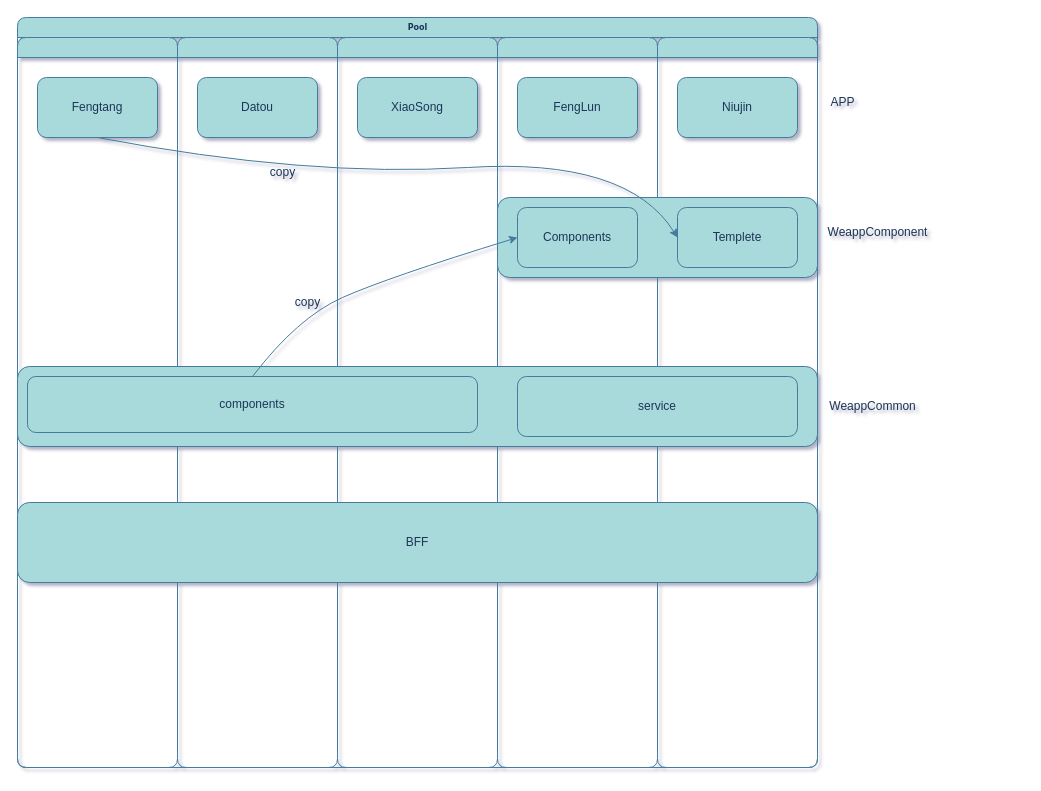
Before: 未命名绘图.drawio in imnot2/imnot2.github.io, a draw.io diagram. Source tidied: cells renumbered, new cells numbered last; positions are measured from the earlier drawing's top-left corner, leaving out a move shared by most shapes. Both pictures are drawn from the tidied source at 100%, with x=0, y=0 at pixel (17, 17).
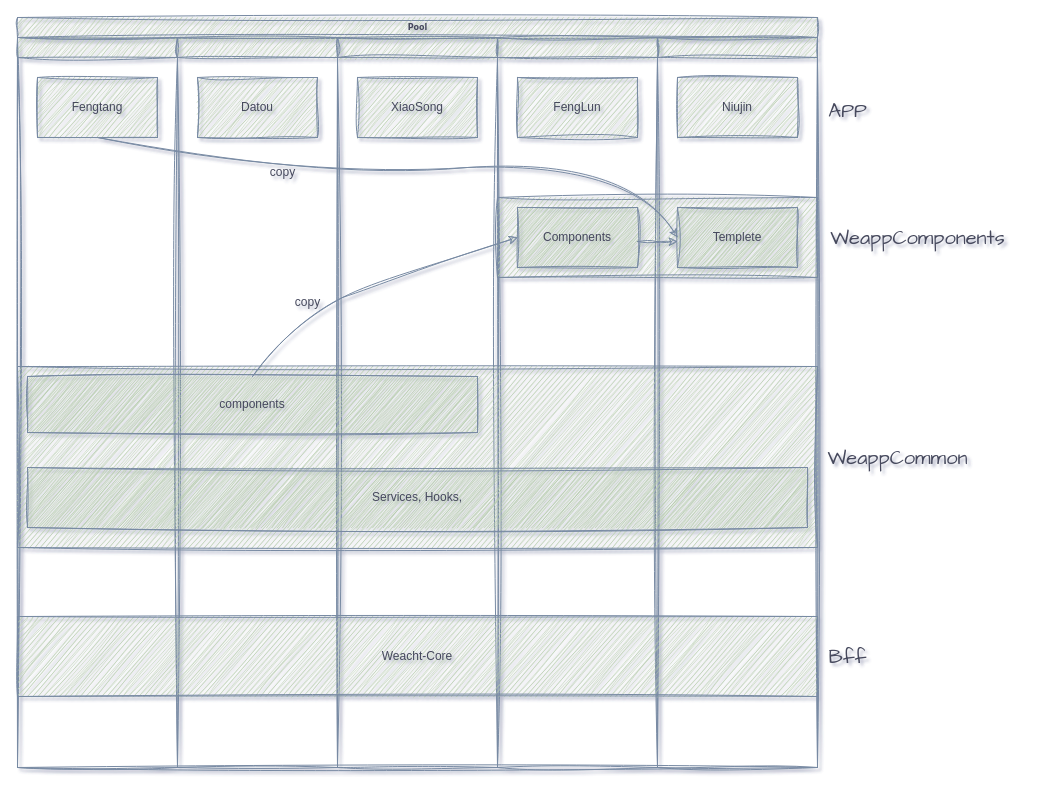
The same diagram, later.

Change to the diagram source:
```diff
@@
-    <mxCell id="2" value="Pool" style="swimlane;html=1;startSize=20;rounded=1;shadow=0;labelBackgroundColor=none;strokeWidth=1;fontFamily=Verdana;fontSize=8;align=center;fillColor=#A8DADC;strokeColor=#457B9D;fontColor=#1D3557;" parent="1" vertex="1">
+    <mxCell id="2" value="Pool" style="swimlane;html=1;startSize=20;rounded=0;shadow=0;labelBackgroundColor=none;strokeWidth=1;fontFamily=Verdana;fontSize=8;align=center;fillColor=#B2C9AB;strokeColor=#788AA3;fontColor=#46495D;sketch=1;curveFitting=1;jiggle=2;" parent="1" vertex="1">
       <mxGeometry width="800" height="750" as="geometry" />
     </mxCell>
-    <mxCell id="3" style="swimlane;html=1;startSize=20;rounded=1;labelBackgroundColor=none;fillColor=#A8DADC;strokeColor=#457B9D;fontColor=#1D3557;" parent="2" vertex="1">
+    <mxCell id="3" style="swimlane;html=1;startSize=20;rounded=0;labelBackgroundColor=none;fillColor=#B2C9AB;strokeColor=#788AA3;fontColor=#46495D;sketch=1;curveFitting=1;jiggle=2;" parent="2" vertex="1">
       <mxGeometry y="20" width="160" height="730" as="geometry" />
     </mxCell>
-    <mxCell id="4" value="Fengtang" style="rounded=1;whiteSpace=wrap;html=1;labelBackgroundColor=none;fillColor=#A8DADC;strokeColor=#457B9D;fontColor=#1D3557;" parent="3" vertex="1">
+    <mxCell id="4" value="Fengtang" style="rounded=0;whiteSpace=wrap;html=1;labelBackgroundColor=none;fillColor=#B2C9AB;strokeColor=#788AA3;fontColor=#46495D;sketch=1;curveFitting=1;jiggle=2;" parent="3" vertex="1">
       <mxGeometry x="20" y="40" width="120" height="60" as="geometry" />
     </mxCell>
-    <mxCell id="5" style="swimlane;html=1;startSize=20;rounded=1;labelBackgroundColor=none;fillColor=#A8DADC;strokeColor=#457B9D;fontColor=#1D3557;" parent="2" vertex="1">
+    <mxCell id="5" style="swimlane;html=1;startSize=20;rounded=0;labelBackgroundColor=none;fillColor=#B2C9AB;strokeColor=#788AA3;fontColor=#46495D;sketch=1;curveFitting=1;jiggle=2;" parent="2" vertex="1">
       <mxGeometry x="160" y="20" width="160" height="730" as="geometry" />
     </mxCell>
-    <mxCell id="6" value="Datou" style="rounded=1;whiteSpace=wrap;html=1;labelBackgroundColor=none;fillColor=#A8DADC;strokeColor=#457B9D;fontColor=#1D3557;" parent="5" vertex="1">
+    <mxCell id="6" value="Datou" style="rounded=0;whiteSpace=wrap;html=1;labelBackgroundColor=none;fillColor=#B2C9AB;strokeColor=#788AA3;fontColor=#46495D;sketch=1;curveFitting=1;jiggle=2;" parent="5" vertex="1">
       <mxGeometry x="20" y="40" width="120" height="60" as="geometry" />
     </mxCell>
-    <mxCell id="7" value="copy" style="text;html=1;align=center;verticalAlign=middle;strokeColor=none;fillColor=none;rounded=1;labelBackgroundColor=none;fontColor=#1D3557;" parent="5" vertex="1">
+    <mxCell id="7" value="copy" style="text;html=1;align=center;verticalAlign=middle;strokeColor=none;fillColor=none;rounded=0;labelBackgroundColor=none;fontColor=#46495D;sketch=1;curveFitting=1;jiggle=2;" parent="5" vertex="1">
       <mxGeometry x="105" y="250" width="50" height="30" as="geometry" />
     </mxCell>
-    <mxCell id="8" value="copy" style="text;html=1;align=center;verticalAlign=middle;strokeColor=none;fillColor=none;rounded=1;labelBackgroundColor=none;fontColor=#1D3557;" parent="5" vertex="1">
+    <mxCell id="8" value="copy" style="text;html=1;align=center;verticalAlign=middle;strokeColor=none;fillColor=none;rounded=0;labelBackgroundColor=none;fontColor=#46495D;sketch=1;curveFitting=1;jiggle=2;" parent="5" vertex="1">
       <mxGeometry x="80" y="120" width="50" height="30" as="geometry" />
     </mxCell>
-    <mxCell id="9" style="swimlane;html=1;startSize=20;rounded=1;labelBackgroundColor=none;fillColor=#A8DADC;strokeColor=#457B9D;fontColor=#1D3557;" parent="2" vertex="1">
+    <mxCell id="9" style="swimlane;html=1;startSize=20;rounded=0;labelBackgroundColor=none;fillColor=#B2C9AB;strokeColor=#788AA3;fontColor=#46495D;sketch=1;curveFitting=1;jiggle=2;" parent="2" vertex="1">
       <mxGeometry x="320" y="20" width="160" height="730" as="geometry" />
     </mxCell>
-    <mxCell id="10" value="XiaoSong" style="rounded=1;whiteSpace=wrap;html=1;labelBackgroundColor=none;fillColor=#A8DADC;strokeColor=#457B9D;fontColor=#1D3557;" parent="9" vertex="1">
+    <mxCell id="10" value="XiaoSong" style="rounded=0;whiteSpace=wrap;html=1;labelBackgroundColor=none;fillColor=#B2C9AB;strokeColor=#788AA3;fontColor=#46495D;sketch=1;curveFitting=1;jiggle=2;" parent="9" vertex="1">
       <mxGeometry x="20" y="40" width="120" height="60" as="geometry" />
     </mxCell>
-    <mxCell id="11" style="swimlane;html=1;startSize=20;rounded=1;labelBackgroundColor=none;fillColor=#A8DADC;strokeColor=#457B9D;fontColor=#1D3557;" parent="2" vertex="1">
+    <mxCell id="11" style="swimlane;html=1;startSize=20;rounded=0;labelBackgroundColor=none;fillColor=#B2C9AB;strokeColor=#788AA3;fontColor=#46495D;sketch=1;curveFitting=1;jiggle=2;" parent="2" vertex="1">
       <mxGeometry x="480" y="20" width="160" height="730" as="geometry" />
     </mxCell>
-    <mxCell id="12" value="FengLun" style="rounded=1;whiteSpace=wrap;html=1;labelBackgroundColor=none;fillColor=#A8DADC;strokeColor=#457B9D;fontColor=#1D3557;" parent="11" vertex="1">
+    <mxCell id="12" value="FengLun" style="rounded=0;whiteSpace=wrap;html=1;labelBackgroundColor=none;fillColor=#B2C9AB;strokeColor=#788AA3;fontColor=#46495D;sketch=1;curveFitting=1;jiggle=2;" parent="11" vertex="1">
       <mxGeometry x="20" y="40" width="120" height="60" as="geometry" />
     </mxCell>
-    <mxCell id="13" style="swimlane;html=1;startSize=20;rounded=1;labelBackgroundColor=none;fillColor=#A8DADC;strokeColor=#457B9D;fontColor=#1D3557;" parent="2" vertex="1">
+    <mxCell id="13" style="swimlane;html=1;startSize=20;rounded=0;labelBackgroundColor=none;fillColor=#B2C9AB;strokeColor=#788AA3;fontColor=#46495D;sketch=1;curveFitting=1;jiggle=2;" parent="2" vertex="1">
       <mxGeometry x="640" y="20" width="160" height="730" as="geometry" />
     </mxCell>
-    <mxCell id="14" value="Niujin" style="rounded=1;whiteSpace=wrap;html=1;labelBackgroundColor=none;fillColor=#A8DADC;strokeColor=#457B9D;fontColor=#1D3557;" parent="13" vertex="1">
+    <mxCell id="14" value="Niujin" style="rounded=0;whiteSpace=wrap;html=1;labelBackgroundColor=none;fillColor=#B2C9AB;strokeColor=#788AA3;fontColor=#46495D;sketch=1;curveFitting=1;jiggle=2;" parent="13" vertex="1">
       <mxGeometry x="20" y="40" width="120" height="60" as="geometry" />
     </mxCell>
-    <mxCell id="15" style="rounded=1;whiteSpace=wrap;html=1;labelBackgroundColor=none;fillColor=#A8DADC;strokeColor=#457B9D;fontColor=#1D3557;" parent="13" vertex="1">
+    <mxCell id="15" style="rounded=0;whiteSpace=wrap;html=1;labelBackgroundColor=none;fillColor=#B2C9AB;strokeColor=#788AA3;fontColor=#46495D;sketch=1;curveFitting=1;jiggle=2;" parent="13" vertex="1">
       <mxGeometry x="-160" y="160" width="320" height="80" as="geometry" />
     </mxCell>
-    <mxCell id="16" value="Templete" style="rounded=1;whiteSpace=wrap;html=1;labelBackgroundColor=none;fillColor=#A8DADC;strokeColor=#457B9D;fontColor=#1D3557;" parent="13" vertex="1">
+    <mxCell id="16" value="Templete" style="rounded=0;whiteSpace=wrap;html=1;labelBackgroundColor=none;fillColor=#B2C9AB;strokeColor=#788AA3;fontColor=#46495D;sketch=1;curveFitting=1;jiggle=2;" parent="13" vertex="1">
       <mxGeometry x="20" y="170" width="120" height="60" as="geometry" />
     </mxCell>
+    <mxCell id="27" style="edgeStyle=orthogonalEdgeStyle;rounded=0;sketch=1;hachureGap=4;jiggle=2;curveFitting=1;orthogonalLoop=1;jettySize=auto;html=1;exitX=1;exitY=0.5;exitDx=0;exitDy=0;strokeColor=#788AA3;fontFamily=Architects Daughter;fontSize=16;fontColor=#46495D;fillColor=#B2C9AB;" parent="13" edge="1">
+      <mxGeometry relative="1" as="geometry">
+        <mxPoint x="-20" y="204" as="sourcePoint" />
+        <mxPoint x="20" y="204" as="targetPoint" />
+      </mxGeometry>
+    </mxCell>
-    <mxCell id="17" value="Components" style="rounded=1;whiteSpace=wrap;html=1;labelBackgroundColor=none;fillColor=#A8DADC;strokeColor=#457B9D;fontColor=#1D3557;" parent="13" vertex="1">
+    <mxCell id="17" value="Components" style="rounded=0;whiteSpace=wrap;html=1;labelBackgroundColor=none;fillColor=#B2C9AB;strokeColor=#788AA3;fontColor=#46495D;sketch=1;curveFitting=1;jiggle=2;" parent="13" vertex="1">
       <mxGeometry x="-140" y="170" width="120" height="60" as="geometry" />
     </mxCell>
-    <mxCell id="18" style="curved=1;endArrow=classic;html=1;rounded=1;exitX=0.5;exitY=1;exitDx=0;exitDy=0;entryX=0;entryY=0.5;entryDx=0;entryDy=0;labelBackgroundColor=none;strokeColor=#457B9D;fontColor=default;" parent="2" edge="1" source="4" target="16">
+    <mxCell id="18" style="curved=1;endArrow=classic;html=1;rounded=0;exitX=0.5;exitY=1;exitDx=0;exitDy=0;entryX=0;entryY=0.5;entryDx=0;entryDy=0;labelBackgroundColor=none;strokeColor=#788AA3;fontColor=default;sketch=1;curveFitting=1;jiggle=2;" parent="2" edge="1" source="4" target="16">
       <mxGeometry relative="1" as="geometry">
         <Array as="points">
           <mxPoint x="290" y="160" />
           <mxPoint x="610" y="140" />
         </Array>
       </mxGeometry>
     </mxCell>
-    <mxCell id="19" style="rounded=1;whiteSpace=wrap;html=1;labelBackgroundColor=none;fillColor=#A8DADC;strokeColor=#457B9D;fontColor=#1D3557;" parent="1" vertex="1">
-      <mxGeometry y="349" width="800" height="80" as="geometry" />
+    <mxCell id="19" style="rounded=0;whiteSpace=wrap;html=1;labelBackgroundColor=none;fillColor=#B2C9AB;strokeColor=#788AA3;fontColor=#46495D;sketch=1;curveFitting=1;jiggle=2;" parent="1" vertex="1">
+      <mxGeometry y="349" width="800" height="181" as="geometry" />
     </mxCell>
-    <mxCell id="20" value="components" style="rounded=1;whiteSpace=wrap;html=1;labelBackgroundColor=none;fillColor=#A8DADC;strokeColor=#457B9D;fontColor=#1D3557;" parent="1" vertex="1">
+    <mxCell id="20" value="components" style="rounded=0;whiteSpace=wrap;html=1;labelBackgroundColor=none;fillColor=#B2C9AB;strokeColor=#788AA3;fontColor=#46495D;sketch=1;curveFitting=1;jiggle=2;" parent="1" vertex="1">
       <mxGeometry x="10" y="359" width="450" height="56" as="geometry" />
     </mxCell>
-    <mxCell id="21" value="service" style="rounded=1;whiteSpace=wrap;html=1;labelBackgroundColor=none;fillColor=#A8DADC;strokeColor=#457B9D;fontColor=#1D3557;" parent="1" vertex="1">
-      <mxGeometry x="500" y="359" width="280" height="60" as="geometry" />
+    <mxCell id="21" value="Services, Hooks," style="rounded=0;whiteSpace=wrap;html=1;labelBackgroundColor=none;fillColor=#B2C9AB;strokeColor=#788AA3;fontColor=#46495D;sketch=1;curveFitting=1;jiggle=2;" parent="1" vertex="1">
+      <mxGeometry x="10" y="450" width="780" height="60" as="geometry" />
     </mxCell>
+    <mxCell id="24" style="curved=1;endArrow=classic;html=1;rounded=0;exitX=0.5;exitY=0;exitDx=0;exitDy=0;entryX=0;entryY=0.5;entryDx=0;entryDy=0;labelBackgroundColor=none;strokeColor=#788AA3;fontColor=default;sketch=1;curveFitting=1;jiggle=2;" parent="1" edge="1" source="20" target="17">
+      <mxGeometry relative="1" as="geometry">
+        <Array as="points">
+          <mxPoint x="280" y="300" />
+          <mxPoint x="370" y="260" />
+        </Array>
+      </mxGeometry>
+    </mxCell>
+    <mxCell id="26" value="Weacht-Core" style="rounded=0;whiteSpace=wrap;html=1;labelBackgroundColor=none;fillColor=#B2C9AB;strokeColor=#788AA3;fontColor=#46495D;sketch=1;curveFitting=1;jiggle=2;" parent="1" vertex="1">
+      <mxGeometry y="599" width="800" height="80" as="geometry" />
+    </mxCell>
+    <mxCell id="28" value="Bff" style="text;html=1;align=center;verticalAlign=middle;strokeColor=none;fillColor=none;fontSize=20;fontFamily=Architects Daughter;rounded=0;sketch=1;curveFitting=1;jiggle=2;labelBackgroundColor=none;fontColor=#46495D;" parent="1" vertex="1">
+      <mxGeometry x="800" y="619" width="60" height="40" as="geometry" />
+    </mxCell>
-    <mxCell id="22" value="WeappCommon" style="text;html=1;align=center;verticalAlign=middle;strokeColor=none;fillColor=none;rounded=1;labelBackgroundColor=none;fontColor=#1D3557;" parent="1" vertex="1">
-      <mxGeometry x="800" y="374" width="110" height="30" as="geometry" />
+    <mxCell id="22" value="WeappCommon" style="text;html=1;align=center;verticalAlign=middle;strokeColor=none;fillColor=none;fontSize=20;fontFamily=Architects Daughter;rounded=0;sketch=1;curveFitting=1;jiggle=2;labelBackgroundColor=none;fontColor=#46495D;" parent="1" vertex="1">
+      <mxGeometry x="800" y="419.5" width="160" height="40" as="geometry" />
     </mxCell>
-    <mxCell id="23" value="WeappComponent" style="text;html=1;align=center;verticalAlign=middle;strokeColor=none;fillColor=none;rounded=1;labelBackgroundColor=none;fontColor=#1D3557;" parent="1" vertex="1">
-      <mxGeometry x="800" y="200" width="120" height="30" as="geometry" />
-    </mxCell>
-    <mxCell id="24" style="curved=1;endArrow=classic;html=1;rounded=1;exitX=0.5;exitY=0;exitDx=0;exitDy=0;entryX=0;entryY=0.5;entryDx=0;entryDy=0;labelBackgroundColor=none;strokeColor=#457B9D;fontColor=default;" parent="1" edge="1" source="20" target="17">
-      <mxGeometry relative="1" as="geometry">
-        <Array as="points">
-          <mxPoint x="280" y="300" />
-          <mxPoint x="370" y="260" />
-        </Array>
-      </mxGeometry>
-    </mxCell>
+    <mxCell id="29" value="WeappComponents" style="text;html=1;align=center;verticalAlign=middle;strokeColor=none;fillColor=none;fontSize=20;fontFamily=Architects Daughter;rounded=0;sketch=1;curveFitting=1;jiggle=2;labelBackgroundColor=none;fontColor=#46495D;" parent="1" vertex="1">
+      <mxGeometry x="800" y="200" width="200" height="40" as="geometry" />
+    </mxCell>
-    <mxCell id="25" value="APP" style="text;html=1;align=center;verticalAlign=middle;strokeColor=none;fillColor=none;rounded=1;labelBackgroundColor=none;fontColor=#1D3557;" parent="1" vertex="1">
-      <mxGeometry x="800" y="70" width="50" height="30" as="geometry" />
+    <mxCell id="25" value="APP" style="text;html=1;align=center;verticalAlign=middle;strokeColor=none;fillColor=none;fontSize=20;fontFamily=Architects Daughter;rounded=0;sketch=1;curveFitting=1;jiggle=2;labelBackgroundColor=none;fontColor=#46495D;" parent="1" vertex="1">
+      <mxGeometry x="800" y="73" width="60" height="40" as="geometry" />
     </mxCell>
-    <mxCell id="26" value="BFF" style="rounded=1;whiteSpace=wrap;html=1;labelBackgroundColor=none;fillColor=#A8DADC;strokeColor=#457B9D;fontColor=#1D3557;" parent="1" vertex="1">
-      <mxGeometry y="485" width="800" height="80" as="geometry" />
-    </mxCell>
```
